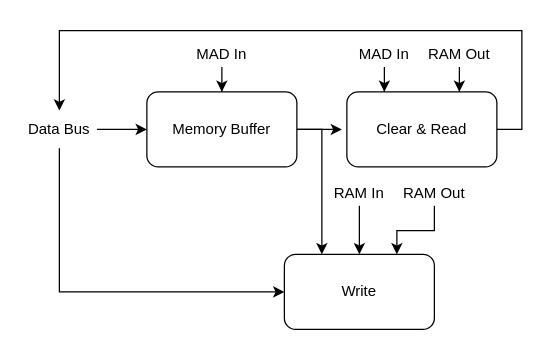
Earlier version of the draw.io diagram page "Overall View" (1 of 4) of General/Magnetic Memory.drawio (omzz15/Magnetic-Memory). Source tidied: cells renumbered, new cells numbered last; positions are measured from the earlier drawing's top-left corner, leaving out a move shared by most shapes. Both pictures are drawn from the tidied source at 125%, with x=0, y=0 at pixel (21, 30).
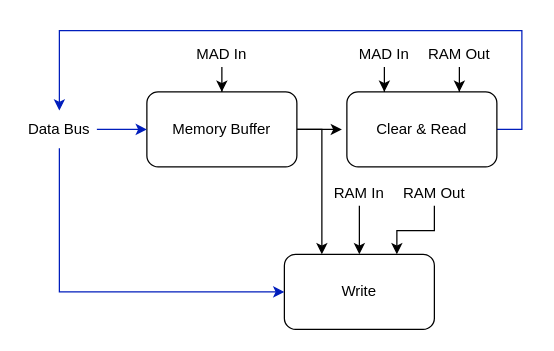
The same diagram, later.

Unchanged cells that the change refers to:
```xml
<mxCell id="3" value="Memory Buffer" style="rounded=1;whiteSpace=wrap;html=1;" parent="1" vertex="1">
  <mxGeometry x="100" y="49" width="120" height="60" as="geometry" />
</mxCell>
<mxCell id="7" value="Clear &amp;amp; Read" style="rounded=1;whiteSpace=wrap;html=1;" parent="1" vertex="1">
  <mxGeometry x="260" y="49" width="120" height="60" as="geometry" />
</mxCell>
<mxCell id="13" value="Write" style="rounded=1;whiteSpace=wrap;html=1;" parent="1" vertex="1">
  <mxGeometry x="210" y="179" width="120" height="60" as="geometry" />
</mxCell>
```

Diff of the diagram source:
```diff
@@
-    <mxCell id="6" style="edgeStyle=orthogonalEdgeStyle;rounded=0;jettySize=auto;html=1;entryX=0.5;entryY=0;entryDx=0;entryDy=0;exitX=1;exitY=0.5;exitDx=0;exitDy=0;" parent="1" edge="1" source="7" target="16">
+    <mxCell id="6" style="edgeStyle=orthogonalEdgeStyle;rounded=0;jettySize=auto;html=1;entryX=0.5;entryY=0;entryDx=0;entryDy=0;exitX=1;exitY=0.5;exitDx=0;exitDy=0;fillColor=#0050ef;strokeColor=#001DBC;" parent="1" edge="1" source="7" target="16">
       <mxGeometry relative="1" as="geometry">
         <Array as="points">
           <mxPoint x="400" y="79" />
           <mxPoint x="400" />
           <mxPoint x="30" />
         </Array>
       </mxGeometry>
     </mxCell>
@@
-    <mxCell id="14" style="edgeStyle=orthogonalEdgeStyle;rounded=0;jettySize=auto;html=1;entryX=0;entryY=0.5;entryDx=0;entryDy=0;" parent="1" edge="1" source="16" target="3">
+    <mxCell id="14" style="edgeStyle=orthogonalEdgeStyle;rounded=0;jettySize=auto;html=1;entryX=0;entryY=0.5;entryDx=0;entryDy=0;fillColor=#0050ef;strokeColor=#001DBC;" parent="1" edge="1" source="16" target="3">
       <mxGeometry relative="1" as="geometry" />
     </mxCell>
-    <mxCell id="15" style="edgeStyle=orthogonalEdgeStyle;rounded=0;jettySize=auto;html=1;entryX=0;entryY=0.5;entryDx=0;entryDy=0;" parent="1" edge="1" source="16" target="13">
+    <mxCell id="15" style="edgeStyle=orthogonalEdgeStyle;rounded=0;jettySize=auto;html=1;entryX=0;entryY=0.5;entryDx=0;entryDy=0;fillColor=#0050ef;strokeColor=#001DBC;" parent="1" edge="1" source="16" target="13">
       <mxGeometry relative="1" as="geometry">
         <Array as="points">
           <mxPoint x="30" y="209" />
         </Array>
       </mxGeometry>
     </mxCell>
-    <mxCell id="16" value="Data Bus" style="text;html=1;strokeColor=none;fillColor=none;align=center;verticalAlign=middle;whiteSpace=wrap;rounded=0;" parent="1" vertex="1">
+    <mxCell id="16" value="Data Bus" style="text;html=1;align=center;verticalAlign=middle;whiteSpace=wrap;rounded=0;" parent="1" vertex="1">
       <mxGeometry y="64" width="60" height="30" as="geometry" />
     </mxCell>
```
